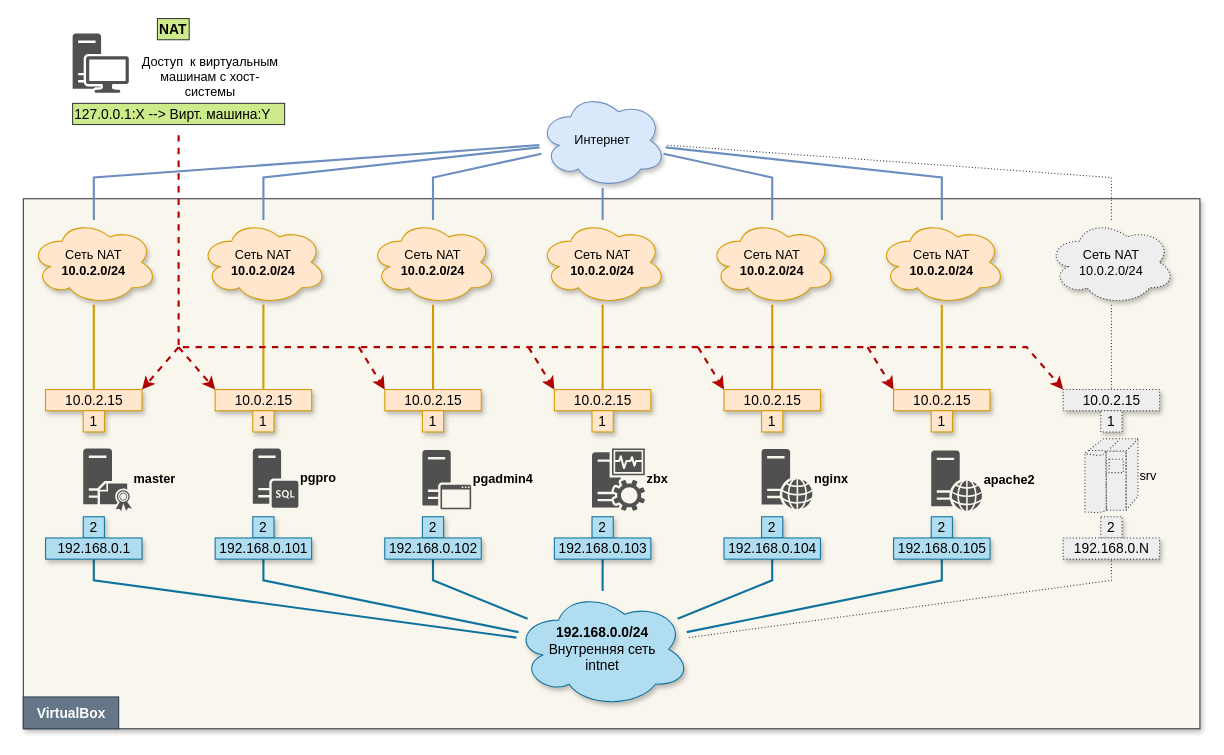
Above: virtualbox/images_source/scheme_002.drawio in che-a/test-stands (draw.io), before the change. Source tidied: cells renumbered, new cells numbered last; positions are measured from the earlier drawing's top-left corner, leaving out a move shared by most shapes. Both pictures are drawn from the tidied source at 106%, with x=0, y=0 at pixel (23, 18).
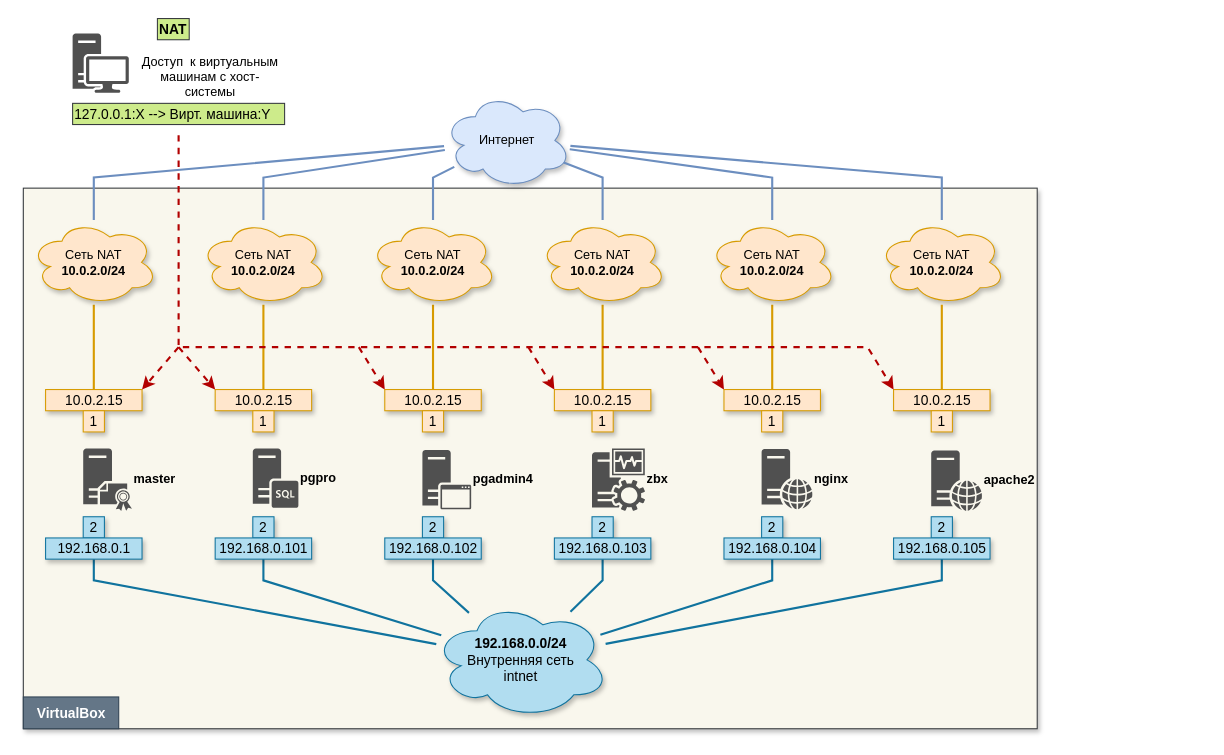
The same page after the edit.

Commit message (it also covers changes not shown here):
Доработана схема стенда.

Unchanged cells that the change refers to:
```xml
<mxCell id="39" value="&lt;div&gt;Сеть NAT&lt;/div&gt;&lt;b&gt;10.0.2.0/24&lt;/b&gt;" style="ellipse;shape=cloud;whiteSpace=wrap;html=1;fillColor=#ffe6cc;strokeColor=#d79b00;shadow=1;" parent="1" vertex="1">
  <mxGeometry x="486" y="190" width="120" height="80" as="geometry" />
</mxCell>
<mxCell id="49" value="192.168.0.103" style="text;html=1;strokeColor=#10739e;fillColor=#b1ddf0;align=center;verticalAlign=middle;whiteSpace=wrap;rounded=0;fontSize=13;fontStyle=0;shadow=1;" parent="1" vertex="1">
  <mxGeometry x="500.5" y="490" width="91" height="20" as="geometry" />
</mxCell>
<mxCell id="68" value="10.0.2.15" style="text;html=1;strokeColor=#d79b00;fillColor=#ffe6cc;align=center;verticalAlign=middle;whiteSpace=wrap;rounded=0;fontSize=13;shadow=1;" parent="1" vertex="1">
  <mxGeometry x="820.5" y="350" width="91" height="20" as="geometry" />
</mxCell>
```

What changed in the source:
```diff
@@
     <mxCell id="2" style="rounded=0;whiteSpace=wrap;html=1;strokeWidth=1;fontSize=13;fillColor=#f9f7ed;strokeColor=#36393d;shadow=1;glass=0;" parent="1" vertex="1">
-      <mxGeometry x="-0.5" y="170" width="1110" height="500" as="geometry" />
+      <mxGeometry x="-0.5" y="160" width="956.5" height="510" as="geometry" />
     </mxCell>
@@
-    <mxCell id="9" value="srv" style="shape=mxgraph.cisco.computers_and_peripherals.ibm_mainframe;html=1;dashed=1;fillColor=#eeeeee;strokeColor=#36393d;strokeWidth=1;verticalLabelPosition=middle;verticalAlign=middle;align=left;labelPosition=right;fontStyle=0;dashPattern=1 2;" parent="1" vertex="1">
-      <mxGeometry x="1001" y="396.5" width="50" height="70" as="geometry" />
-    </mxCell>
-    <mxCell id="10" style="endArrow=none;html=1;rounded=0;fillColor=#eeeeee;strokeColor=#36393d;strokeWidth=1;dashed=1;dashPattern=1 2;" parent="1" edge="1" source="18" target="21">
-      <mxGeometry relative="1" as="geometry">
-        <Array as="points">
-          <mxPoint x="1026" y="530" />
-        </Array>
-      </mxGeometry>
-    </mxCell>
-    <mxCell id="11" style="endArrow=none;html=1;rounded=0;fillColor=#eeeeee;strokeColor=#36393d;strokeWidth=1;dashed=1;dashPattern=1 2;" parent="1" edge="1" source="16" target="37">
-      <mxGeometry relative="1" as="geometry" />
-    </mxCell>
     <mxCell id="12" value="&lt;div&gt;Интернет&lt;/div&gt;" style="ellipse;shape=cloud;whiteSpace=wrap;html=1;fillColor=#dae8fc;strokeColor=#6c8ebf;shadow=1;" parent="1" vertex="1">
-      <mxGeometry x="486" y="70" width="120" height="90" as="geometry" />
+      <mxGeometry x="396" y="70" width="120" height="90" as="geometry" />
     </mxCell>
@@
-    <mxCell id="16" value="&lt;div&gt;Сеть NAT&lt;/div&gt;&lt;span&gt;10.0.2.0/24&lt;/span&gt;" style="ellipse;shape=cloud;whiteSpace=wrap;html=1;fillColor=#eeeeee;strokeColor=#36393d;shadow=1;dashed=1;dashPattern=1 2;fontStyle=0;" parent="1" vertex="1">
-      <mxGeometry x="966" y="190" width="120" height="80" as="geometry" />
-    </mxCell>
@@
     <mxCell id="18" value="&lt;div&gt;&lt;b&gt;192.168.0.0/24&lt;/b&gt;&lt;/div&gt;&lt;div&gt;Внутренняя сеть &lt;br&gt;intnet&lt;/div&gt;" style="ellipse;shape=cloud;whiteSpace=wrap;html=1;fontSize=13;fillColor=#b1ddf0;strokeColor=#10739e;shadow=1;" parent="1" vertex="1">
-      <mxGeometry x="463" y="540" width="166" height="110" as="geometry" />
+      <mxGeometry x="386" y="550" width="166" height="110" as="geometry" />
     </mxCell>
@@
-    <mxCell id="21" value="2" style="whiteSpace=wrap;html=1;verticalAlign=middle;fontSize=13;fillColor=#eeeeee;strokeColor=#36393d;fontStyle=0;shadow=1;dashed=1;dashPattern=1 2;" parent="1" vertex="1">
-      <mxGeometry x="1016" y="470" width="20" height="20" as="geometry" />
-    </mxCell>
@@
-    <mxCell id="24" value="192.168.0.N" style="text;html=1;strokeColor=#36393d;fillColor=#eeeeee;align=center;verticalAlign=middle;whiteSpace=wrap;rounded=0;fontSize=13;fontStyle=0;shadow=1;dashed=1;dashPattern=1 2;" parent="1" vertex="1">
-      <mxGeometry x="980.5" y="490" width="91" height="20" as="geometry" />
-    </mxCell>
@@
-    <mxCell id="28" value="10.0.2.15" style="text;html=1;strokeColor=#36393d;fillColor=#eeeeee;align=center;verticalAlign=middle;whiteSpace=wrap;rounded=0;fontSize=13;shadow=1;dashed=1;dashPattern=1 2;" parent="1" vertex="1">
-      <mxGeometry x="980.5" y="350" width="91" height="20" as="geometry" />
-    </mxCell>
@@
-    <mxCell id="37" value="1" style="whiteSpace=wrap;html=1;verticalAlign=middle;fontSize=13;fillColor=#eeeeee;strokeColor=#36393d;fontStyle=0;shadow=1;dashed=1;dashPattern=1 2;" parent="1" vertex="1">
-      <mxGeometry x="1016" y="370" width="20" height="20" as="geometry" />
-    </mxCell>
@@
     <mxCell id="48" style="endArrow=none;html=1;rounded=0;fillColor=#b1ddf0;strokeColor=#10739e;strokeWidth=2;" parent="1" edge="1" source="18" target="49">
       <mxGeometry x="-0.37" y="-192" relative="1" as="geometry">
+        <Array as="points">
+          <mxPoint x="546" y="530" />
+        </Array>
         <mxPoint x="-17" y="80" as="offset" />
       </mxGeometry>
     </mxCell>
@@
     <mxCell id="61" style="endArrow=none;html=1;rounded=0;strokeWidth=2;fillColor=#dae8fc;strokeColor=#6c8ebf;" parent="1" edge="1" source="39" target="12">
-      <mxGeometry relative="1" as="geometry" />
+      <mxGeometry relative="1" as="geometry">
+        <Array as="points">
+          <mxPoint x="546" y="150" />
+        </Array>
+      </mxGeometry>
     </mxCell>
@@
-    <mxCell id="71" style="endArrow=none;html=1;rounded=0;fillColor=#eeeeee;strokeColor=#36393d;strokeWidth=1;dashed=1;dashPattern=1 2;" parent="1" edge="1" source="16" target="12">
-      <mxGeometry relative="1" as="geometry">
-        <Array as="points">
-          <mxPoint x="1026" y="150" />
-        </Array>
-      </mxGeometry>
-    </mxCell>
@@
-    <mxCell id="73" style="endArrow=classic;html=1;rounded=0;fontSize=13;fillColor=#e51400;strokeColor=#B20000;dashed=1;entryX=0;entryY=0;entryDx=0;entryDy=0;strokeWidth=2;" parent="1" edge="1" target="68">
-      <mxGeometry relative="1" as="geometry">
-        <mxPoint x="796" y="310" as="sourcePoint" />
-      </mxGeometry>
-    </mxCell>
@@
-    <mxCell id="75" style="endArrow=classic;html=1;rounded=0;fontSize=13;fillColor=#e51400;strokeColor=#B20000;dashed=1;entryX=0;entryY=0;entryDx=0;entryDy=0;strokeWidth=2;" parent="1" edge="1">
+    <mxCell id="75" style="endArrow=classic;html=1;rounded=0;fontSize=13;fillColor=#e51400;strokeColor=#B20000;dashed=1;entryX=0;entryY=0;entryDx=0;entryDy=0;strokeWidth=2;" parent="1" edge="1" target="68">
       <mxGeometry relative="1" as="geometry">
         <mxPoint x="146" y="110" as="sourcePoint" />
-        <mxPoint x="980.5" y="350" as="targetPoint" />
         <Array as="points">
           <mxPoint x="146" y="310" />
-          <mxPoint x="946" y="310" />
+          <mxPoint x="796" y="310" />
         </Array>
       </mxGeometry>
     </mxCell>
```
